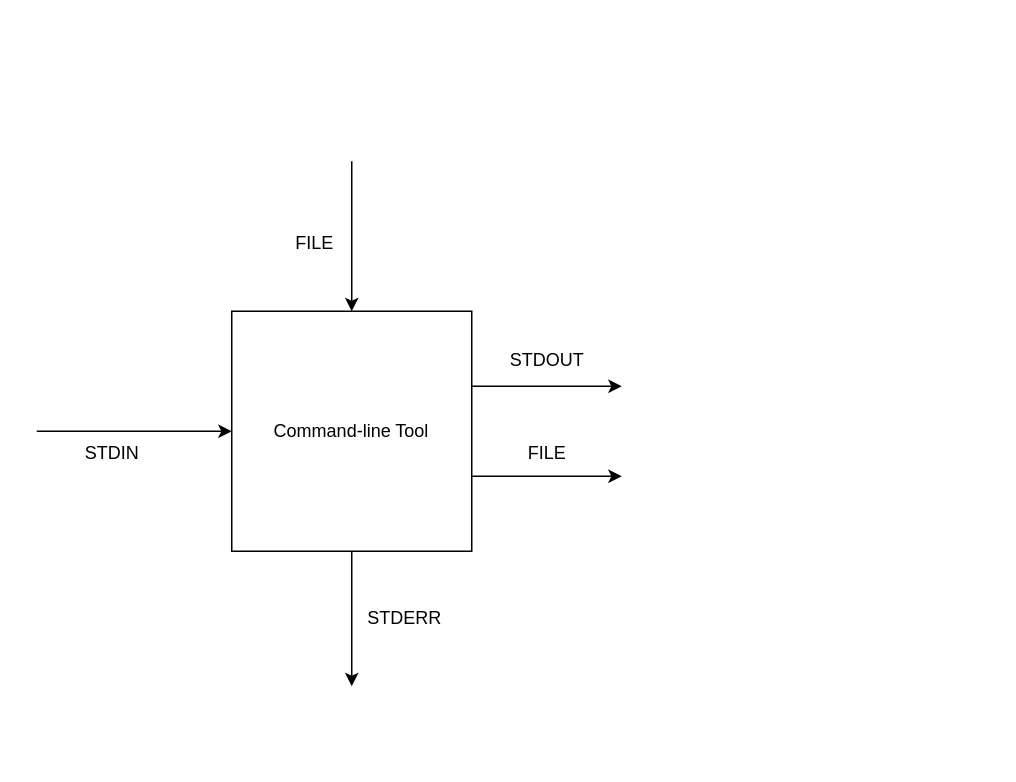
Above: cli-tools.drawio in webdavis/Mortimer (draw.io), before the change. Source tidied: cells renumbered, new cells numbered last; positions are measured from the earlier drawing's top-left corner, leaving out a move shared by most shapes. Both pictures are drawn from the tidied source at 150%, with x=0, y=0 at pixel (36, 160).
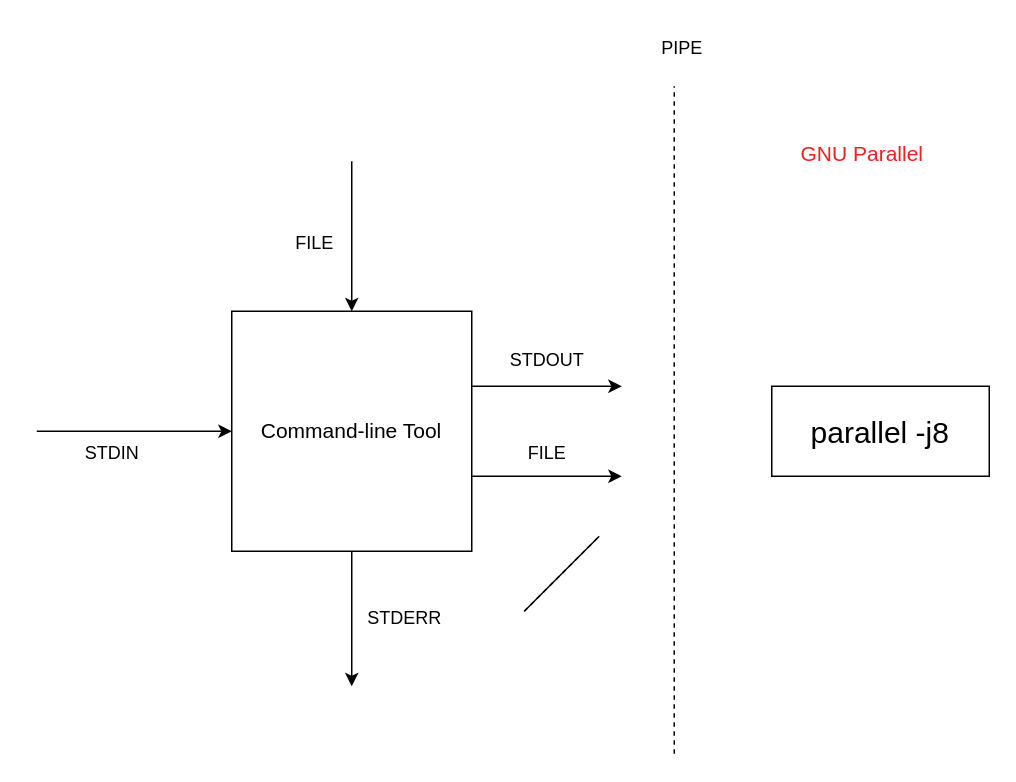
The same page after the edit.

Commit message:
Add PIPE to GNU Parallel command that runs 8 jobs concurrently

Diff of the diagram source:
```diff
@@
+    <mxCell id="13" value="&lt;font style=&quot;font-size: 20px;&quot;&gt;parallel -j8&lt;/font&gt;" style="whiteSpace=wrap;html=1;" parent="1" vertex="1">
+      <mxGeometry x="490" y="150" width="145" height="60" as="geometry" />
+    </mxCell>
-    <mxCell id="2" value="Command-line Tool" style="whiteSpace=wrap;html=1;" parent="1" vertex="1">
+    <mxCell id="2" value="&lt;font style=&quot;font-size: 14px;&quot;&gt;Command-line Tool&lt;/font&gt;" style="whiteSpace=wrap;html=1;" parent="1" vertex="1">
       <mxGeometry x="130" y="100" width="160" height="160" as="geometry" />
     </mxCell>
@@
+    <mxCell id="14" style="endArrow=none;html=1;rounded=0;" parent="1" edge="1">
+      <mxGeometry relative="1" as="geometry">
+        <mxPoint x="325" y="300" as="sourcePoint" />
+        <mxPoint x="375" y="250" as="targetPoint" />
+      </mxGeometry>
+    </mxCell>
+    <mxCell id="15" style="endArrow=none;dashed=1;html=1;rounded=0;" parent="1" edge="1">
+      <mxGeometry relative="1" as="geometry">
+        <mxPoint x="325" y="300" as="sourcePoint" />
+        <mxPoint x="375" y="250" as="targetPoint" />
+      </mxGeometry>
+    </mxCell>
+    <mxCell id="16" style="endArrow=none;dashed=1;html=1;rounded=0;" parent="1" edge="1">
+      <mxGeometry relative="1" as="geometry">
+        <mxPoint x="425" y="395" as="sourcePoint" />
+        <mxPoint x="425" y="-50" as="targetPoint" />
+      </mxGeometry>
+    </mxCell>
+    <mxCell id="17" value="GNU Parallel" style="text;html=1;align=center;verticalAlign=middle;strokeColor=none;fillColor=none;fontColor=#EE2020;fontSize=14;" parent="1" vertex="1">
+      <mxGeometry x="495" y="-20" width="110" height="30" as="geometry" />
+    </mxCell>
+    <mxCell id="18" value="PIPE" style="text;html=1;align=center;verticalAlign=middle;strokeColor=none;fillColor=none;" parent="1" vertex="1">
+      <mxGeometry x="405" y="-90" width="50" height="30" as="geometry" />
+    </mxCell>
```
